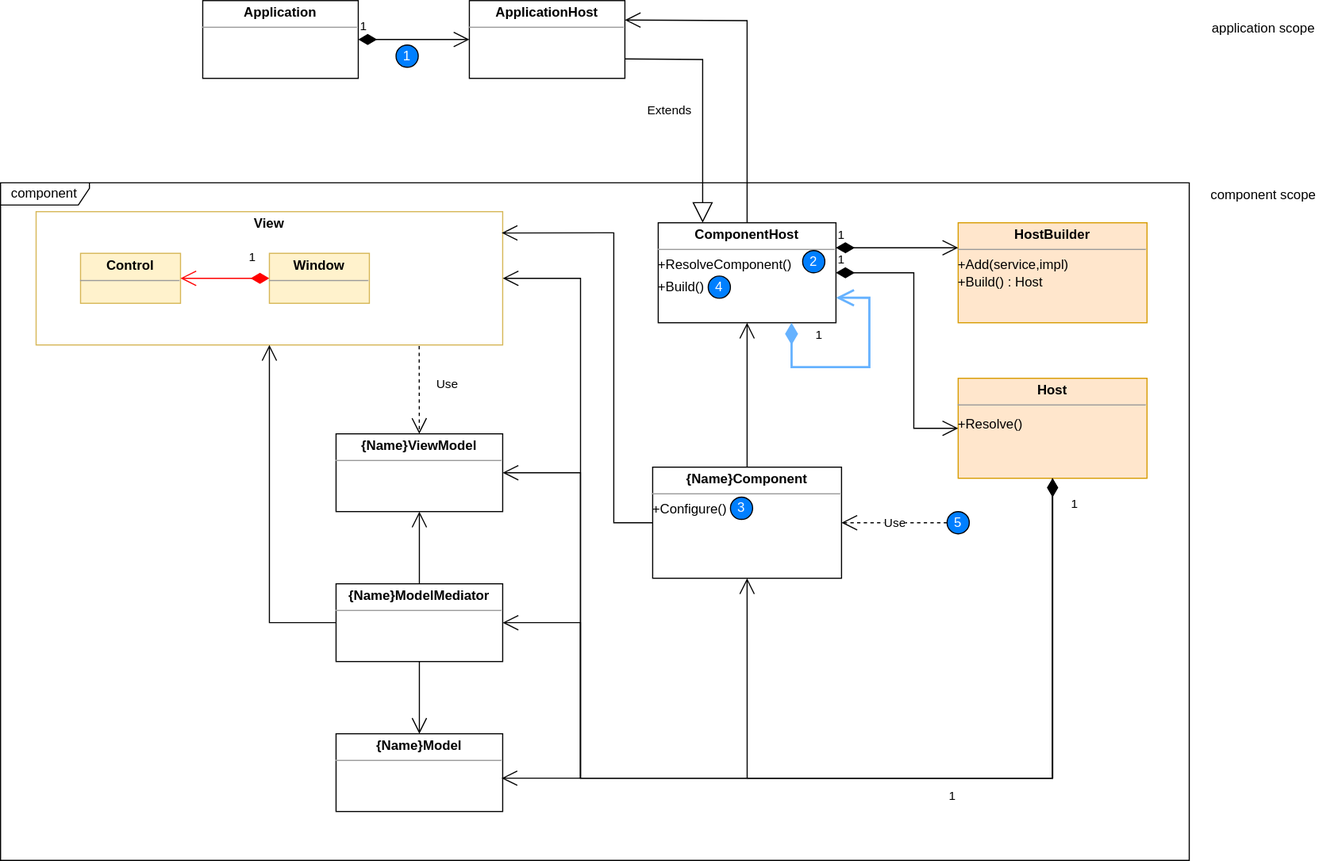
franck-gaspoz/WPFUtilities keeps this draw.io diagram as WPFUtilities/Doc/dependency-injection.svg. Above is the earlier version. Source tidied: cells renumbered, new cells last; positions are measured from the earlier drawing's top-left corner, leaving out a move shared by most shapes.
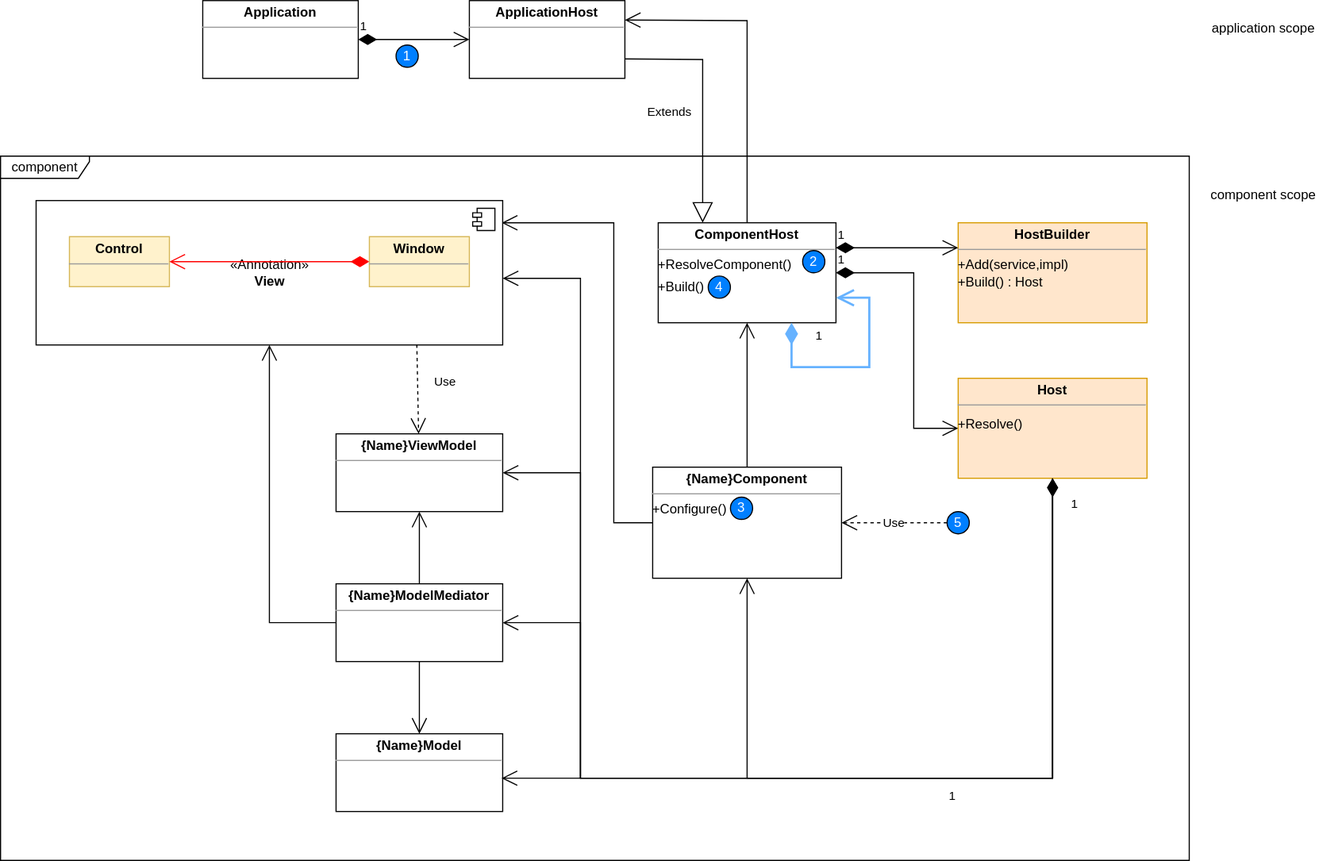
Later version of the same file.

Change to the diagram source:
```diff
@@ -3,11 +3,8 @@
     <mxCell id="0" />
     <mxCell id="1" parent="0" />
     <mxCell id="2" value="component" style="shape=umlFrame;whiteSpace=wrap;html=1;width=80;height=20;fillColor=#FFFFFF;" parent="1" vertex="1">
-      <mxGeometry y="164" width="1070" height="610" as="geometry" />
+      <mxGeometry y="140" width="1070" height="634" as="geometry" />
     </mxCell>
-    <mxCell id="3" value="&lt;p style=&quot;margin: 0px ; margin-top: 4px ; text-align: center&quot;&gt;&lt;b&gt;View&lt;/b&gt;&lt;/p&gt;&lt;p style=&quot;margin: 0px ; margin-top: 4px ; text-align: center&quot;&gt;&lt;b&gt;&lt;br&gt;&lt;/b&gt;&lt;/p&gt;&lt;p style=&quot;margin: 0px ; margin-top: 4px ; text-align: center&quot;&gt;&lt;b&gt;&lt;br&gt;&lt;/b&gt;&lt;/p&gt;&lt;p style=&quot;margin: 0px ; margin-top: 4px ; text-align: center&quot;&gt;&lt;b&gt;&lt;br&gt;&lt;/b&gt;&lt;/p&gt;&lt;p style=&quot;margin: 0px ; margin-top: 4px ; text-align: center&quot;&gt;&lt;b&gt;&lt;br&gt;&lt;/b&gt;&lt;/p&gt;&lt;p style=&quot;margin: 0px ; margin-top: 4px ; text-align: center&quot;&gt;&lt;b&gt;&lt;br&gt;&lt;/b&gt;&lt;/p&gt;&lt;p style=&quot;margin: 0px ; margin-top: 4px ; text-align: center&quot;&gt;&lt;b&gt;&lt;br&gt;&lt;/b&gt;&lt;/p&gt;&lt;hr size=&quot;1&quot;&gt;&lt;div style=&quot;height: 2px&quot;&gt;&lt;/div&gt;" style="verticalAlign=top;align=left;overflow=fill;fontSize=12;fontFamily=Helvetica;html=1;fillColor=#FFFFFF;strokeColor=#d6b656;" parent="1" vertex="1">
-      <mxGeometry x="32" y="190" width="420" height="120" as="geometry" />
-    </mxCell>
     <mxCell id="4" value="&lt;p style=&quot;margin: 0px ; margin-top: 4px ; text-align: center&quot;&gt;&lt;b&gt;ApplicationHost&lt;/b&gt;&lt;/p&gt;&lt;hr size=&quot;1&quot;&gt;&lt;div style=&quot;height: 2px&quot;&gt;&lt;/div&gt;" style="verticalAlign=top;align=left;overflow=fill;fontSize=12;fontFamily=Helvetica;html=1;" parent="1" vertex="1">
       <mxGeometry x="422" width="140" height="70" as="geometry" />
     </mxCell>
@@ -27,19 +24,12 @@
           <mxPoint x="947" y="700" />
           <mxPoint x="522" y="700" />
           <mxPoint x="522" y="250" />
-          <mxPoint x="452" y="250" />
         </Array>
       </mxGeometry>
     </mxCell>
     <mxCell id="9" value="component scope" style="text;html=1;strokeColor=none;fillColor=none;align=center;verticalAlign=middle;whiteSpace=wrap;rounded=0;" parent="1" vertex="1">
       <mxGeometry x="1082" y="170" width="110" height="10" as="geometry" />
     </mxCell>
-    <mxCell id="10" value="&lt;p style=&quot;margin: 0px ; margin-top: 4px ; text-align: center&quot;&gt;&lt;b&gt;Control&lt;/b&gt;&lt;/p&gt;&lt;hr size=&quot;1&quot;&gt;&lt;div style=&quot;height: 2px&quot;&gt;&lt;/div&gt;" style="verticalAlign=top;align=left;overflow=fill;fontSize=12;fontFamily=Helvetica;html=1;fillColor=#fff2cc;strokeColor=#d6b656;" parent="1" vertex="1">
-      <mxGeometry x="72" y="227.5" width="90" height="45" as="geometry" />
-    </mxCell>
-    <mxCell id="11" value="1" style="endArrow=open;html=1;endSize=12;startArrow=diamondThin;startSize=14;startFill=1;edgeStyle=orthogonalEdgeStyle;align=left;verticalAlign=bottom;rounded=0;strokeColor=#FF0000;exitX=0;exitY=0.5;exitDx=0;exitDy=0;" parent="1" edge="1" source="40" target="10">
-      <mxGeometry x="-0.5" y="-10" relative="1" as="geometry" />
-    </mxCell>
     <mxCell id="12" value="&lt;p style=&quot;margin: 0px ; margin-top: 4px ; text-align: center&quot;&gt;&lt;b&gt;{Name}Component&lt;/b&gt;&lt;/p&gt;&lt;hr size=&quot;1&quot;&gt;&lt;div style=&quot;height: 2px&quot;&gt;+Configure()&lt;/div&gt;&lt;div style=&quot;height: 2px&quot;&gt;&lt;br&gt;&lt;/div&gt;&lt;div style=&quot;height: 2px&quot;&gt;&lt;br&gt;&lt;/div&gt;&lt;div style=&quot;height: 2px&quot;&gt;&lt;br&gt;&lt;/div&gt;&lt;div style=&quot;height: 2px&quot;&gt;&lt;br&gt;&lt;/div&gt;&lt;div style=&quot;height: 2px&quot;&gt;&lt;br&gt;&lt;/div&gt;&lt;div style=&quot;height: 2px&quot;&gt;&lt;br&gt;&lt;/div&gt;&lt;div style=&quot;height: 2px&quot;&gt;&lt;br&gt;&lt;/div&gt;&lt;div style=&quot;height: 2px&quot;&gt;&lt;br&gt;&lt;/div&gt;&lt;div style=&quot;height: 2px&quot;&gt;&lt;br&gt;&lt;/div&gt;" style="verticalAlign=top;align=left;overflow=fill;fontSize=12;fontFamily=Helvetica;html=1;" parent="1" vertex="1">
       <mxGeometry x="587" y="420" width="170" height="100" as="geometry" />
     </mxCell>
@@ -109,7 +99,7 @@
         </Array>
       </mxGeometry>
     </mxCell>
-    <mxCell id="25" value="Use" style="endArrow=open;endSize=12;dashed=1;html=1;rounded=0;strokeColor=#000000;strokeWidth=1;exitX=0.821;exitY=1.008;exitDx=0;exitDy=0;exitPerimeter=0;" parent="1" edge="1" source="3" target="16">
+    <mxCell id="25" value="Use" style="endArrow=open;endSize=12;dashed=1;html=1;rounded=0;strokeColor=#000000;strokeWidth=1;exitX=0.816;exitY=0.997;exitDx=0;exitDy=0;exitPerimeter=0;" parent="1" edge="1" source="41" target="16">
       <mxGeometry x="-0.14" y="25" relative="1" as="geometry" />
     </mxCell>
     <mxCell id="26" value="&lt;p style=&quot;margin: 0px ; margin-top: 4px ; text-align: center&quot;&gt;&lt;b&gt;{Name}Model&lt;/b&gt;&lt;/p&gt;&lt;hr size=&quot;1&quot;&gt;&lt;div style=&quot;height: 2px&quot;&gt;&lt;/div&gt;" style="verticalAlign=top;align=left;overflow=fill;fontSize=12;fontFamily=Helvetica;html=1;" parent="1" vertex="1">
@@ -152,29 +142,43 @@
     <mxCell id="36" value="5" style="ellipse;whiteSpace=wrap;html=1;fillColor=#007FFF;fontColor=#FFFFFF;" parent="1" vertex="1">
       <mxGeometry x="852" y="460" width="20" height="20" as="geometry" />
     </mxCell>
-    <mxCell id="37" style="endArrow=open;endFill=1;endSize=12;html=1;rounded=0;fontColor=#000000;strokeColor=#000000;strokeWidth=1;exitX=0;exitY=0.5;exitDx=0;exitDy=0;entryX=0.998;entryY=0.16;entryDx=0;entryDy=0;entryPerimeter=0;" parent="1" edge="1" source="12" target="3">
+    <mxCell id="37" style="endArrow=open;endFill=1;endSize=12;html=1;rounded=0;fontColor=#000000;strokeColor=#000000;strokeWidth=1;exitX=0;exitY=0.5;exitDx=0;exitDy=0;entryX=0.998;entryY=0.154;entryDx=0;entryDy=0;entryPerimeter=0;" parent="1" edge="1" source="12" target="41">
       <mxGeometry relative="1" as="geometry">
         <Array as="points">
           <mxPoint x="552" y="470" />
-          <mxPoint x="552" y="209" />
+          <mxPoint x="552" y="200" />
         </Array>
       </mxGeometry>
     </mxCell>
-    <mxCell id="38" style="endArrow=open;endFill=1;endSize=12;html=1;rounded=0;fontColor=#000000;strokeColor=#000000;strokeWidth=1;exitX=0;exitY=0.5;exitDx=0;exitDy=0;" parent="1" edge="1" source="28" target="3">
+    <mxCell id="38" style="endArrow=open;endFill=1;endSize=12;html=1;rounded=0;fontColor=#000000;strokeColor=#000000;strokeWidth=1;exitX=0;exitY=0.5;exitDx=0;exitDy=0;" parent="1" edge="1" source="28" target="41">
       <mxGeometry relative="1" as="geometry">
         <Array as="points">
           <mxPoint x="242" y="560" />
         </Array>
       </mxGeometry>
     </mxCell>
+    <mxCell id="41" value="«Annotation»&lt;br&gt;&lt;b&gt;View&lt;/b&gt;" style="html=1;fontColor=#000000;fillColor=#FFFFFF;align=center;" parent="1" vertex="1">
+      <mxGeometry x="32" y="180" width="420" height="130" as="geometry" />
+    </mxCell>
+    <mxCell id="42" style="shape=module;jettyWidth=8;jettyHeight=4;fontColor=#000000;fillColor=#FFFFFF;" parent="41" vertex="1">
+      <mxGeometry x="1" width="20" height="20" relative="1" as="geometry">
+        <mxPoint x="-27" y="7" as="offset" />
+      </mxGeometry>
+    </mxCell>
     <mxCell id="39" style="endArrow=open;endFill=1;endSize=12;html=1;rounded=0;fontColor=#000000;strokeColor=#000000;strokeWidth=1;" parent="1" edge="1">
       <mxGeometry relative="1" as="geometry">
         <mxPoint x="522" y="700" as="sourcePoint" />
         <mxPoint x="451" y="700" as="targetPoint" />
       </mxGeometry>
     </mxCell>
+    <mxCell id="10" value="&lt;p style=&quot;margin: 0px ; margin-top: 4px ; text-align: center&quot;&gt;&lt;b&gt;Control&lt;/b&gt;&lt;/p&gt;&lt;hr size=&quot;1&quot;&gt;&lt;div style=&quot;height: 2px&quot;&gt;&lt;/div&gt;" style="verticalAlign=top;align=left;overflow=fill;fontSize=12;fontFamily=Helvetica;html=1;fillColor=#fff2cc;strokeColor=#d6b656;" parent="1" vertex="1">
+      <mxGeometry x="62" y="212.5" width="90" height="45" as="geometry" />
+    </mxCell>
+    <mxCell id="11" style="endArrow=open;html=1;endSize=12;startArrow=diamondThin;startSize=14;startFill=1;edgeStyle=orthogonalEdgeStyle;align=left;verticalAlign=bottom;rounded=0;strokeColor=#FF0000;exitX=0;exitY=0.5;exitDx=0;exitDy=0;" parent="1" edge="1" source="40" target="10">
+      <mxGeometry x="-0.5" y="-10" relative="1" as="geometry" />
+    </mxCell>
     <mxCell id="40" value="&lt;p style=&quot;margin: 0px ; margin-top: 4px ; text-align: center&quot;&gt;&lt;b&gt;Window&lt;/b&gt;&lt;/p&gt;&lt;hr size=&quot;1&quot;&gt;&lt;div style=&quot;height: 2px&quot;&gt;&lt;/div&gt;" style="verticalAlign=top;align=left;overflow=fill;fontSize=12;fontFamily=Helvetica;html=1;fillColor=#fff2cc;strokeColor=#d6b656;" parent="1" vertex="1">
-      <mxGeometry x="242" y="227.5" width="90" height="45" as="geometry" />
+      <mxGeometry x="332" y="212.5" width="90" height="45" as="geometry" />
     </mxCell>
   </root>
 </mxGraphModel>
```
